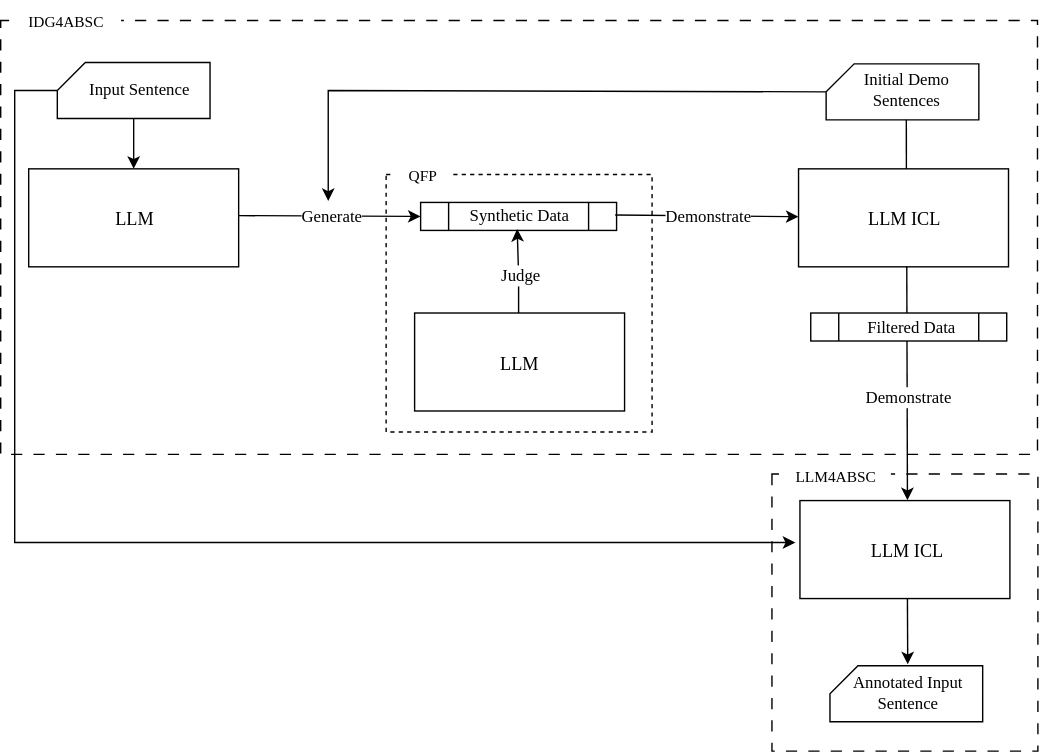
sara-kaczmarek/LLMB4ABSC keeps this draw.io diagram as thesis_flow.drawio.svg. Above is the earlier version. Source tidied: cells renumbered, new cells last; positions are measured from the earlier drawing's top-left corner, leaving out a move shared by most shapes.
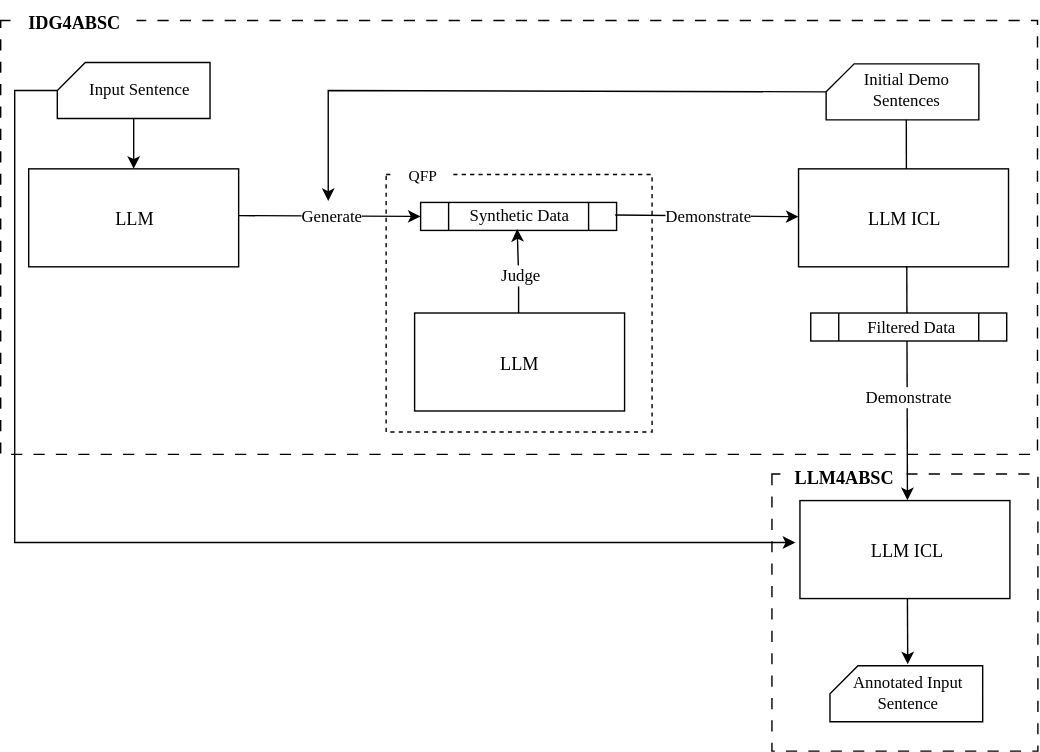
Above is the later version.

What changed in the source:
```diff
@@ -104,8 +104,8 @@
     <mxCell id="31" value="&lt;font style=&quot;font-size: 13px;&quot; face=&quot;Times New Roman&quot;&gt;LLM ICL&lt;/font&gt;" style="text;strokeColor=none;align=center;fillColor=none;html=1;verticalAlign=middle;whiteSpace=wrap;rounded=0;" parent="28" vertex="1">
       <mxGeometry x="-0.3" y="16" width="148.6" height="60" as="geometry" />
     </mxCell>
-    <mxCell id="32" value="&lt;font style=&quot;background-color: light-dark(#ffffff, var(--ge-dark-color, #121212)); font-size: 11px;&quot; face=&quot;Times New Roman&quot;&gt;LLM4ABSC&lt;/font&gt;" style="text;html=1;align=center;verticalAlign=middle;strokeColor=none;fillColor=default;" parent="28" vertex="1">
-      <mxGeometry x="-17" y="-21" width="80" height="30" as="geometry" />
+    <mxCell id="32" value="&lt;font style=&quot;background-color: light-dark(#ffffff, var(--ge-dark-color, #121212)); font-size: 13px;&quot; face=&quot;Times New Roman&quot;&gt;&lt;b style=&quot;&quot;&gt;LLM4ABSC&lt;/b&gt;&lt;/font&gt;" style="text;html=1;align=center;verticalAlign=middle;strokeColor=none;fillColor=default;" parent="28" vertex="1">
+      <mxGeometry x="-16" y="-21" width="90" height="30" as="geometry" />
     </mxCell>
     <mxCell id="33" style="endArrow=classic;html=1;rounded=0;" parent="28" edge="1">
       <mxGeometry relative="1" as="geometry">
@@ -141,8 +141,8 @@
         </Array>
       </mxGeometry>
     </mxCell>
-    <mxCell id="40" value="&lt;font style=&quot;background-color: light-dark(#ffffff, var(--ge-dark-color, #121212)); font-size: 11px;&quot; face=&quot;Times New Roman&quot;&gt;IDG4ABSC&lt;/font&gt;" style="text;html=1;align=center;verticalAlign=middle;strokeColor=none;fillColor=default;" parent="1" vertex="1">
-      <mxGeometry x="6" width="80" height="30" as="geometry" />
+    <mxCell id="40" value="&lt;font face=&quot;Times New Roman&quot; style=&quot;background-color: light-dark(#ffffff, var(--ge-dark-color, #121212));&quot;&gt;&lt;b&gt;IDG4ABSC&lt;/b&gt;&lt;/font&gt;" style="text;html=1;align=center;verticalAlign=middle;strokeColor=none;fillColor=default;fontSize=13;" parent="1" vertex="1">
+      <mxGeometry x="7" width="90" height="30" as="geometry" />
     </mxCell>
     <mxCell id="41" style="verticalLabelPosition=bottom;verticalAlign=top;html=1;shape=mxgraph.basic.rect;fillColor2=none;strokeWidth=1;size=20;indent=5;fillColor=none;dashed=1;" parent="1" vertex="1">
       <mxGeometry x="275.4" y="124" width="190" height="184" as="geometry" />
```
